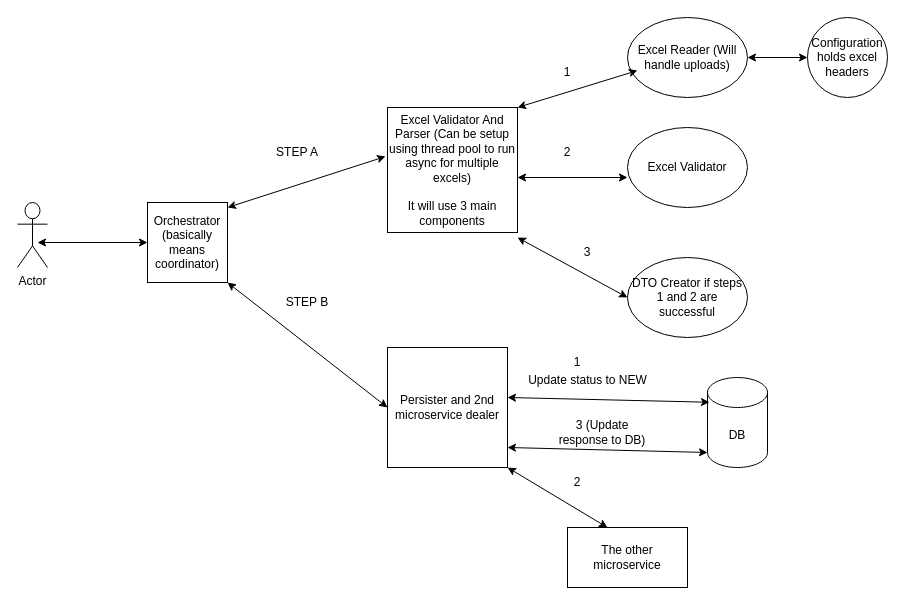
Above: Pratz Use Case.drawio in anshuldevmehta/RandomDiagrams (draw.io), before the change. Source tidied: cells renumbered, new cells numbered last; positions are measured from the earlier drawing's top-left corner, leaving out a move shared by most shapes. Both pictures are drawn from the tidied source at 100%, with x=0, y=0 at pixel (17, 17).
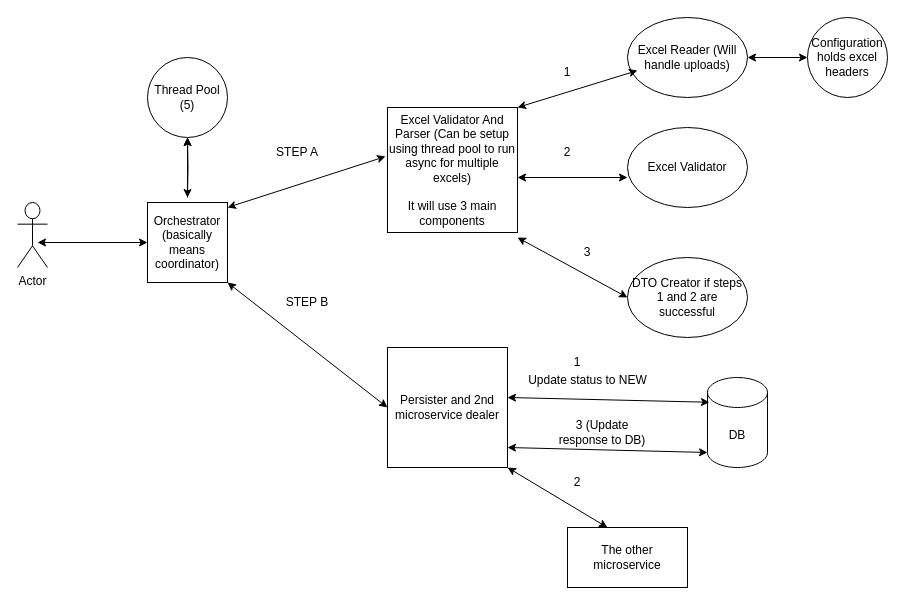
Above is the later version.

Diff of the diagram source:
```diff
@@
+    <mxCell id="31" style="edgeStyle=orthogonalEdgeStyle;rounded=0;jettySize=auto;html=1;" parent="1" edge="1" target="32">
+      <mxGeometry relative="1" as="geometry">
+        <mxPoint x="170" y="180" as="sourcePoint" />
+      </mxGeometry>
+    </mxCell>
@@
+    <mxCell id="32" value="Thread Pool (5)" style="ellipse;whiteSpace=wrap;html=1;" parent="1" vertex="1">
+      <mxGeometry x="130" y="40" width="80" height="80" as="geometry" />
+    </mxCell>
+    <mxCell id="33" style="endArrow=classic;startArrow=classic;html=1;rounded=0;entryX=0.5;entryY=1;entryDx=0;entryDy=0;" parent="1" edge="1" target="32">
+      <mxGeometry relative="1" as="geometry">
+        <mxPoint x="170" y="180" as="sourcePoint" />
+      </mxGeometry>
+    </mxCell>
```
